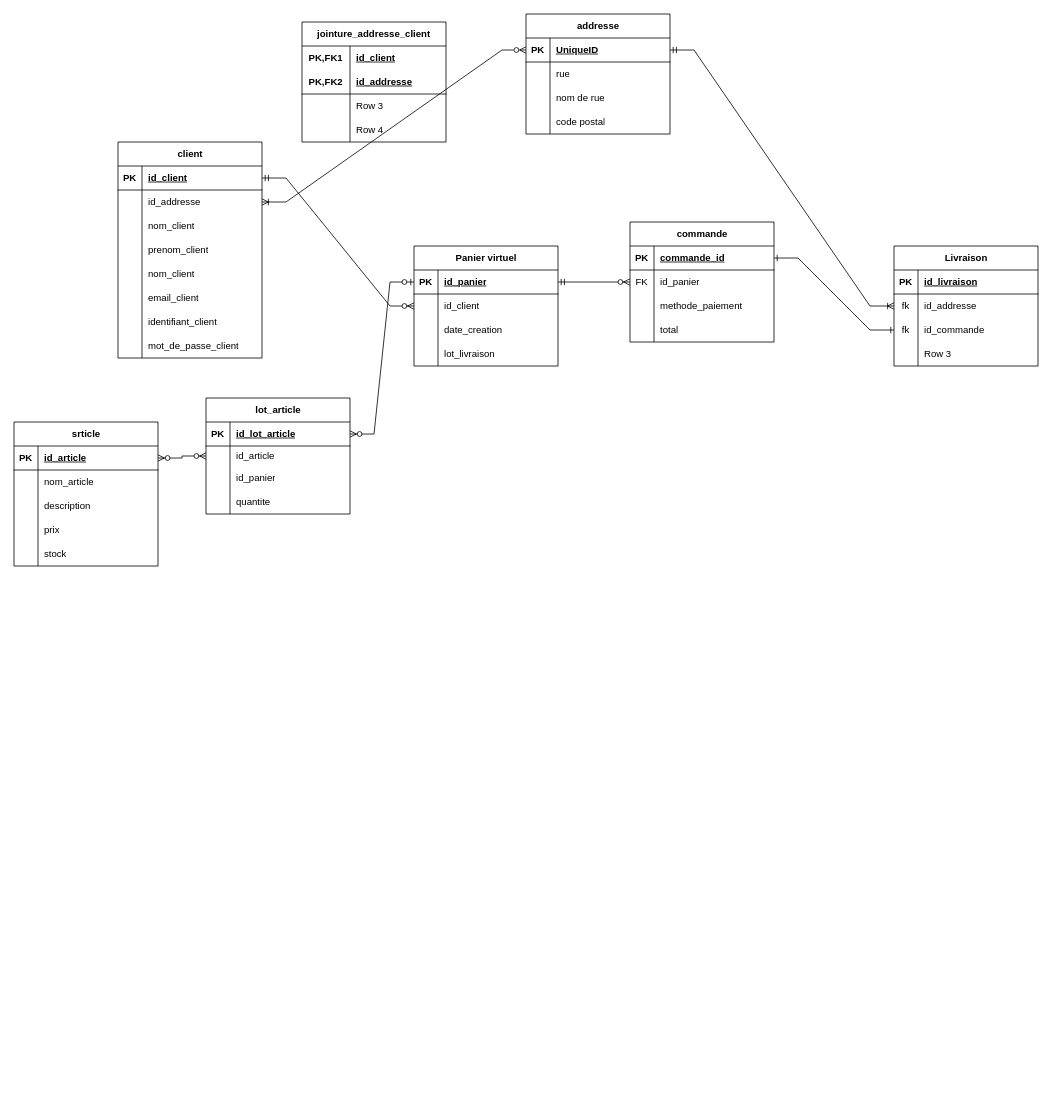
franck-code/tests keeps this draw.io diagram as modèle site.drawio. Above is the earlier version. Source tidied: cells renumbered, new cells numbered last; positions are measured from the earlier drawing's top-left corner, leaving out a move shared by most shapes. Both pictures are drawn from the tidied source at 80%, with x=0, y=0 at pixel (14, 14).
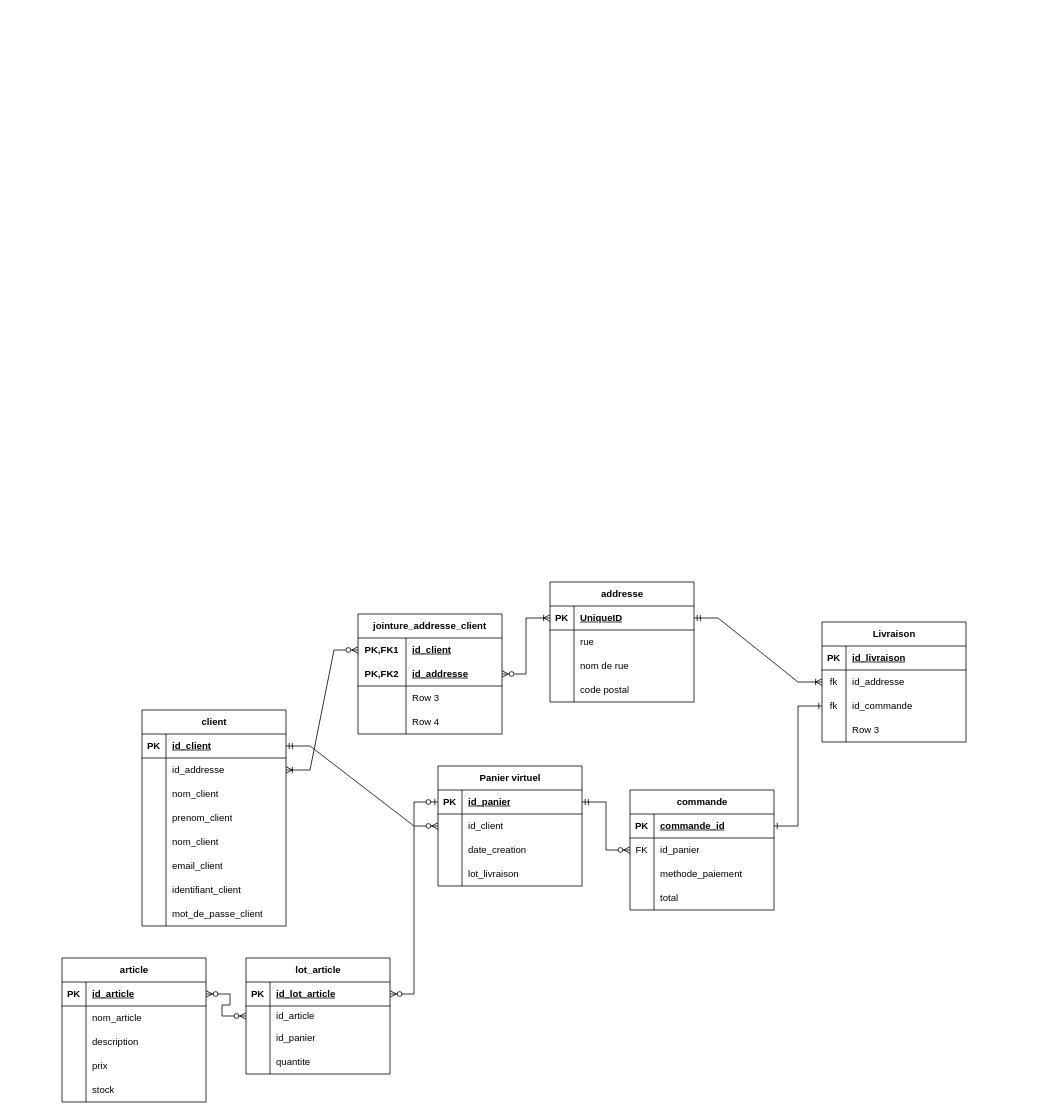
Above is the later version.

Commit message:
Mettre à jour modèle site.drawio

Unchanged cells that the change refers to:
```xml
<mxCell id="6" style="shape=tableRow;horizontal=0;startSize=0;swimlaneHead=0;swimlaneBody=0;fillColor=none;points=[[0,0.5],[1,0.5]];portConstraint=eastwest;top=0;left=0;right=0;bottom=0;" parent="2" vertex="1">
  <mxGeometry y="60" width="180" height="30" as="geometry" />
</mxCell>
<mxCell id="41" style="shape=tableRow;horizontal=0;startSize=0;swimlaneHead=0;swimlaneBody=0;fillColor=none;points=[[0,0.5],[1,0.5]];portConstraint=eastwest;top=0;left=0;right=0;bottom=1;" parent="40" vertex="1">
  <mxGeometry y="30" width="180" height="30" as="geometry" />
</mxCell>
<mxCell id="115" style="shape=tableRow;horizontal=0;startSize=0;swimlaneHead=0;swimlaneBody=0;fillColor=none;points=[[0,0.5],[1,0.5]];portConstraint=eastwest;top=0;left=0;right=0;bottom=0;html=1;" parent="114" vertex="1">
  <mxGeometry y="30" width="180" height="30" as="geometry" />
</mxCell>
<mxCell id="118" style="shape=tableRow;horizontal=0;startSize=0;swimlaneHead=0;swimlaneBody=0;fillColor=none;points=[[0,0.5],[1,0.5]];portConstraint=eastwest;top=0;left=0;right=0;bottom=1;html=1;" parent="114" vertex="1">
  <mxGeometry y="60" width="180" height="30" as="geometry" />
</mxCell>
```

Diff of the diagram source:
```diff
@@
     <mxCell id="2" value="client" style="shape=table;startSize=30;childLayout=tableLayout;rowLines=0;fontStyle=1;align=center;html=1;" parent="1" vertex="1">
-      <mxGeometry x="130" y="160" width="180" height="270" as="geometry" />
+      <mxGeometry x="160" y="870" width="180" height="270" as="geometry" />
     </mxCell>
@@
     <mxCell id="27" value="Panier virtuel" style="shape=table;startSize=30;childLayout=tableLayout;rowLines=0;fontStyle=1;align=center;html=1;" parent="1" vertex="1">
-      <mxGeometry x="500" y="290" width="180" height="150" as="geometry" />
+      <mxGeometry x="530" y="940" width="180" height="150" as="geometry" />
     </mxCell>
@@
     <mxCell id="40" value="addresse" style="shape=table;startSize=30;childLayout=tableLayout;rowLines=0;fontStyle=1;align=center;html=1;" parent="1" vertex="1">
-      <mxGeometry x="640" width="180" height="150" as="geometry" />
+      <mxGeometry x="670" y="710" width="180" height="150" as="geometry" />
     </mxCell>
@@
     <mxCell id="53" value="Livraison" style="shape=table;startSize=30;childLayout=tableLayout;rowLines=0;fontStyle=1;align=center;html=1;" parent="1" vertex="1">
-      <mxGeometry x="1100" y="290" width="180" height="150" as="geometry" />
+      <mxGeometry x="1010" y="760" width="180" height="150" as="geometry" />
     </mxCell>
@@
-    <mxCell id="66" value="srticle" style="shape=table;startSize=30;childLayout=tableLayout;rowLines=0;fontStyle=1;align=center;html=1;" parent="1" vertex="1">
-      <mxGeometry y="510" width="180" height="180" as="geometry" />
+    <mxCell id="66" value="article" style="shape=table;startSize=30;childLayout=tableLayout;rowLines=0;fontStyle=1;align=center;html=1;" parent="1" vertex="1">
+      <mxGeometry x="60" y="1180" width="180" height="180" as="geometry" />
     </mxCell>
@@
     <mxCell id="82" value="lot_article" style="shape=table;startSize=30;childLayout=tableLayout;rowLines=0;fontStyle=1;align=center;html=1;" parent="1" vertex="1">
-      <mxGeometry x="240" y="480" width="180" height="145" as="geometry" />
+      <mxGeometry x="290" y="1180" width="180" height="145" as="geometry" />
     </mxCell>
@@
     <mxCell id="95" value="commande" style="shape=table;startSize=30;childLayout=tableLayout;rowLines=0;fontStyle=1;align=center;html=1;" parent="1" vertex="1">
-      <mxGeometry x="770" y="260" width="180" height="150" as="geometry" />
+      <mxGeometry x="770" y="970" width="180" height="150" as="geometry" />
     </mxCell>
@@
-    <mxCell id="111" style="edgeStyle=entityRelationEdgeStyle;fontSize=12;html=1;endArrow=ERzeroToMany;rounded=0;entryX=0;entryY=0.5;entryDx=0;entryDy=0;exitX=1;exitY=0.5;exitDx=0;exitDy=0;startArrow=ERoneToMany;startFill=0;endFill=0;" parent="1" edge="1" source="6" target="41">
+    <mxCell id="111" style="edgeStyle=entityRelationEdgeStyle;fontSize=12;html=1;endArrow=ERzeroToMany;rounded=0;exitX=1;exitY=0.5;exitDx=0;exitDy=0;startArrow=ERoneToMany;startFill=0;endFill=0;" parent="1" edge="1" source="6" target="115">
       <mxGeometry relative="1" as="geometry" />
     </mxCell>
@@
     <mxCell id="114" value="jointure_addresse_client" style="shape=table;startSize=30;childLayout=tableLayout;rowLines=0;fontStyle=1;align=center;html=1;whiteSpace=wrap;" parent="1" vertex="1">
-      <mxGeometry x="360" y="10" width="180" height="150" as="geometry" />
+      <mxGeometry x="430" y="750" width="180" height="150" as="geometry" />
     </mxCell>
@@
+    <mxCell id="128" style="edgeStyle=entityRelationEdgeStyle;fontSize=12;html=1;endArrow=ERzeroToMany;rounded=0;exitX=0;exitY=0.5;exitDx=0;exitDy=0;startArrow=ERoneToMany;startFill=0;endFill=0;entryX=1;entryY=0.5;entryDx=0;entryDy=0;" parent="1" edge="1" source="41" target="118">
+      <mxGeometry relative="1" as="geometry" />
+    </mxCell>
```
